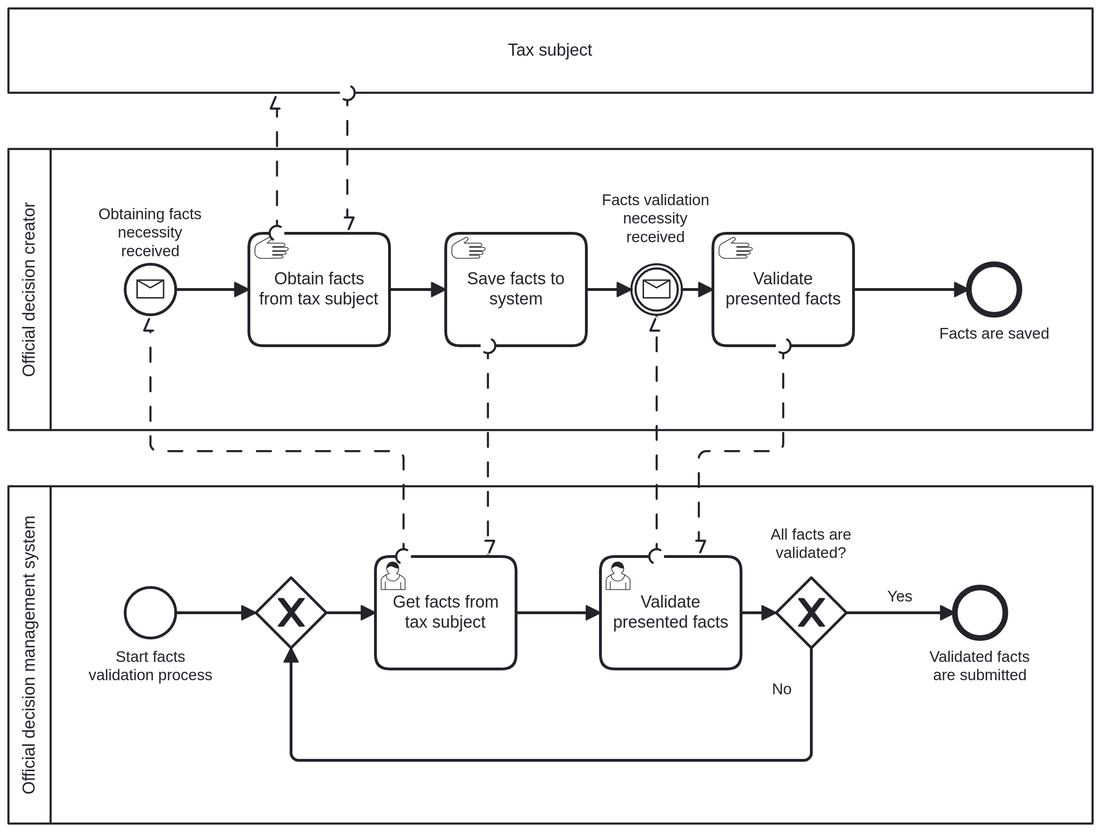
Earlier version of the BPMN export to-be-analysis/subprocesses/subprocess_validating_facts.png (matouda7/tax-administration-digitization). Its source is kept beside it as to-be-analysis/res/subprocesses/subprocess_validating_facts.bpmn. Ids are renumbered.
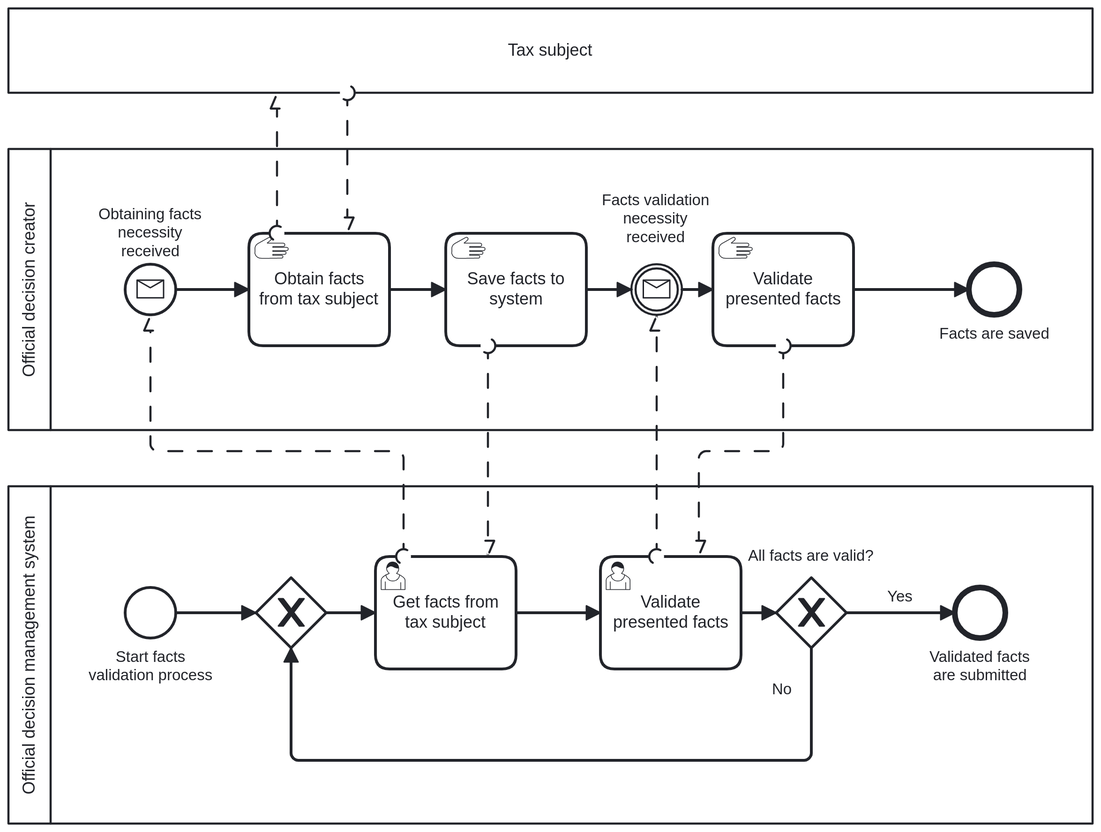
After the change.

Change to the diagram source:
```diff
@@ -22,7 +22,7 @@
       <bpmn:incoming>Flow_n24</bpmn:incoming>
       <bpmn:outgoing>Flow_n26</bpmn:outgoing>
     </bpmn:exclusiveGateway>
-    <bpmn:exclusiveGateway id="Gateway_n22" name="All facts are validated?">
+    <bpmn:exclusiveGateway id="Gateway_n22" name="All facts are valid?">
       <bpmn:incoming>Flow_n27</bpmn:incoming>
       <bpmn:outgoing>Flow_n21</bpmn:outgoing>
       <bpmn:outgoing>Flow_n28</bpmn:outgoing>
@@ -80,10 +80,70 @@
   </bpmn:message>
   <bpmndi:BPMNDiagram id="BPMNDiagram_1">
     <bpmndi:BPMNPlane id="BPMNPlane_1" bpmnElement="Collaboration_n2">
-      <bpmndi:BPMNShape id="Participant_04r2kv1_di" bpmnElement="Participant_n7" isHorizontal="true">
-        <dc:Bounds x="159" y="120" width="771" height="60" />
+      <bpmndi:BPMNShape id="Participant_n3_di" bpmnElement="Participant_n3" isHorizontal="true">
+        <dc:Bounds x="159" y="460" width="771" height="240" />
         <bpmndi:BPMNLabel />
       </bpmndi:BPMNShape>
+      <bpmndi:BPMNShape id="Gateway_n23_di" bpmnElement="Gateway_n23" isMarkerVisible="true">
+        <dc:Bounds x="335" y="525" width="50" height="50" />
+      </bpmndi:BPMNShape>
+      <bpmndi:BPMNShape id="Gateway_n22_di" bpmnElement="Gateway_n22" isMarkerVisible="true">
+        <dc:Bounds x="705" y="525" width="50" height="50" />
+        <bpmndi:BPMNLabel>
+          <dc:Bounds x="685" y="503" width="90" height="14" />
+        </bpmndi:BPMNLabel>
+      </bpmndi:BPMNShape>
+      <bpmndi:BPMNShape id="Event_n29_di" bpmnElement="Event_n29">
+        <dc:Bounds x="832" y="532" width="36" height="36" />
+        <bpmndi:BPMNLabel>
+          <dc:Bounds x="814" y="575" width="72" height="27" />
+        </bpmndi:BPMNLabel>
+      </bpmndi:BPMNShape>
+      <bpmndi:BPMNShape id="Activity_09q29zz_di" bpmnElement="Activity_n9">
+        <dc:Bounds x="420" y="510" width="100" height="80" />
+        <bpmndi:BPMNLabel />
+      </bpmndi:BPMNShape>
+      <bpmndi:BPMNShape id="Event_n25_di" bpmnElement="Event_n25">
+        <dc:Bounds x="242" y="532" width="36" height="36" />
+        <bpmndi:BPMNLabel>
+          <dc:Bounds x="216" y="575" width="89" height="27" />
+        </bpmndi:BPMNLabel>
+      </bpmndi:BPMNShape>
+      <bpmndi:BPMNShape id="Activity_0660ibs_di" bpmnElement="Activity_n13">
+        <dc:Bounds x="580" y="510" width="100" height="80" />
+      </bpmndi:BPMNShape>
+      <bpmndi:BPMNEdge id="Flow_n21_di" bpmnElement="Flow_n21">
+        <di:waypoint x="730" y="575" />
+        <di:waypoint x="730" y="655" />
+        <di:waypoint x="360" y="655" />
+        <di:waypoint x="360" y="575" />
+        <bpmndi:BPMNLabel>
+          <dc:Bounds x="702" y="598" width="15" height="14" />
+        </bpmndi:BPMNLabel>
+      </bpmndi:BPMNEdge>
+      <bpmndi:BPMNEdge id="Flow_n24_di" bpmnElement="Flow_n24">
+        <di:waypoint x="278" y="550" />
+        <di:waypoint x="335" y="550" />
+      </bpmndi:BPMNEdge>
+      <bpmndi:BPMNEdge id="Flow_n26_di" bpmnElement="Flow_n26">
+        <di:waypoint x="385" y="550" />
+        <di:waypoint x="420" y="550" />
+      </bpmndi:BPMNEdge>
+      <bpmndi:BPMNEdge id="Flow_n27_di" bpmnElement="Flow_n27">
+        <di:waypoint x="680" y="550" />
+        <di:waypoint x="705" y="550" />
+      </bpmndi:BPMNEdge>
+      <bpmndi:BPMNEdge id="Flow_n28_di" bpmnElement="Flow_n28">
+        <di:waypoint x="755" y="550" />
+        <di:waypoint x="832" y="550" />
+        <bpmndi:BPMNLabel>
+          <dc:Bounds x="784" y="532" width="19" height="14" />
+        </bpmndi:BPMNLabel>
+      </bpmndi:BPMNEdge>
+      <bpmndi:BPMNEdge id="Flow_n30_di" bpmnElement="Flow_n30">
+        <di:waypoint x="520" y="550" />
+        <di:waypoint x="580" y="550" />
+      </bpmndi:BPMNEdge>
       <bpmndi:BPMNShape id="Participant_n5_di" bpmnElement="Participant_n5" isHorizontal="true">
         <dc:Bounds x="159" y="220" width="771" height="200" />
         <bpmndi:BPMNLabel />
@@ -138,69 +198,15 @@
         <di:waypoint x="638" y="320" />
         <di:waypoint x="660" y="320" />
       </bpmndi:BPMNEdge>
-      <bpmndi:BPMNShape id="Participant_n3_di" bpmnElement="Participant_n3" isHorizontal="true">
-        <dc:Bounds x="159" y="460" width="771" height="240" />
+      <bpmndi:BPMNShape id="Participant_04r2kv1_di" bpmnElement="Participant_n7" isHorizontal="true">
+        <dc:Bounds x="159" y="120" width="771" height="60" />
         <bpmndi:BPMNLabel />
       </bpmndi:BPMNShape>
-      <bpmndi:BPMNShape id="Gateway_n23_di" bpmnElement="Gateway_n23" isMarkerVisible="true">
-        <dc:Bounds x="335" y="525" width="50" height="50" />
-      </bpmndi:BPMNShape>
-      <bpmndi:BPMNShape id="Gateway_n22_di" bpmnElement="Gateway_n22" isMarkerVisible="true">
-        <dc:Bounds x="705" y="525" width="50" height="50" />
-        <bpmndi:BPMNLabel>
-          <dc:Bounds x="701" y="488" width="58" height="27" />
-        </bpmndi:BPMNLabel>
-      </bpmndi:BPMNShape>
-      <bpmndi:BPMNShape id="Event_n29_di" bpmnElement="Event_n29">
-        <dc:Bounds x="832" y="532" width="36" height="36" />
-        <bpmndi:BPMNLabel>
-          <dc:Bounds x="814" y="575" width="72" height="27" />
-        </bpmndi:BPMNLabel>
-      </bpmndi:BPMNShape>
-      <bpmndi:BPMNShape id="Activity_09q29zz_di" bpmnElement="Activity_n9">
-        <dc:Bounds x="420" y="510" width="100" height="80" />
-        <bpmndi:BPMNLabel />
-      </bpmndi:BPMNShape>
-      <bpmndi:BPMNShape id="Event_n25_di" bpmnElement="Event_n25">
-        <dc:Bounds x="242" y="532" width="36" height="36" />
-        <bpmndi:BPMNLabel>
-          <dc:Bounds x="216" y="575" width="89" height="27" />
-        </bpmndi:BPMNLabel>
-      </bpmndi:BPMNShape>
-      <bpmndi:BPMNShape id="Activity_0660ibs_di" bpmnElement="Activity_n13">
-        <dc:Bounds x="580" y="510" width="100" height="80" />
-      </bpmndi:BPMNShape>
-      <bpmndi:BPMNEdge id="Flow_n21_di" bpmnElement="Flow_n21">
-        <di:waypoint x="730" y="575" />
-        <di:waypoint x="730" y="655" />
-        <di:waypoint x="360" y="655" />
-        <di:waypoint x="360" y="575" />
-        <bpmndi:BPMNLabel>
-          <dc:Bounds x="702" y="598" width="15" height="14" />
-        </bpmndi:BPMNLabel>
-      </bpmndi:BPMNEdge>
-      <bpmndi:BPMNEdge id="Flow_n24_di" bpmnElement="Flow_n24">
-        <di:waypoint x="278" y="550" />
-        <di:waypoint x="335" y="550" />
-      </bpmndi:BPMNEdge>
-      <bpmndi:BPMNEdge id="Flow_n26_di" bpmnElement="Flow_n26">
-        <di:waypoint x="385" y="550" />
-        <di:waypoint x="420" y="550" />
-      </bpmndi:BPMNEdge>
-      <bpmndi:BPMNEdge id="Flow_n27_di" bpmnElement="Flow_n27">
-        <di:waypoint x="680" y="550" />
-        <di:waypoint x="705" y="550" />
-      </bpmndi:BPMNEdge>
-      <bpmndi:BPMNEdge id="Flow_n28_di" bpmnElement="Flow_n28">
-        <di:waypoint x="755" y="550" />
-        <di:waypoint x="832" y="550" />
-        <bpmndi:BPMNLabel>
-          <dc:Bounds x="784" y="532" width="19" height="14" />
-        </bpmndi:BPMNLabel>
-      </bpmndi:BPMNEdge>
-      <bpmndi:BPMNEdge id="Flow_n30_di" bpmnElement="Flow_n30">
-        <di:waypoint x="520" y="550" />
-        <di:waypoint x="580" y="550" />
+      <bpmndi:BPMNEdge id="Flow_n8_di" bpmnElement="Flow_n8">
+        <di:waypoint x="440" y="510" />
+        <di:waypoint x="440" y="435" />
+        <di:waypoint x="260" y="435" />
+        <di:waypoint x="260" y="338" />
       </bpmndi:BPMNEdge>
       <bpmndi:BPMNEdge id="Flow_n11_di" bpmnElement="Flow_n11">
         <di:waypoint x="710" y="360" />
@@ -211,12 +217,6 @@
       <bpmndi:BPMNEdge id="Flow_n14_di" bpmnElement="Flow_n14">
         <di:waypoint x="500" y="360" />
         <di:waypoint x="500" y="510" />
-      </bpmndi:BPMNEdge>
-      <bpmndi:BPMNEdge id="Flow_n8_di" bpmnElement="Flow_n8">
-        <di:waypoint x="440" y="510" />
-        <di:waypoint x="440" y="435" />
-        <di:waypoint x="260" y="435" />
-        <di:waypoint x="260" y="338" />
       </bpmndi:BPMNEdge>
       <bpmndi:BPMNEdge id="Flow_n16_di" bpmnElement="Flow_n16">
         <di:waypoint x="350" y="280" />
```
